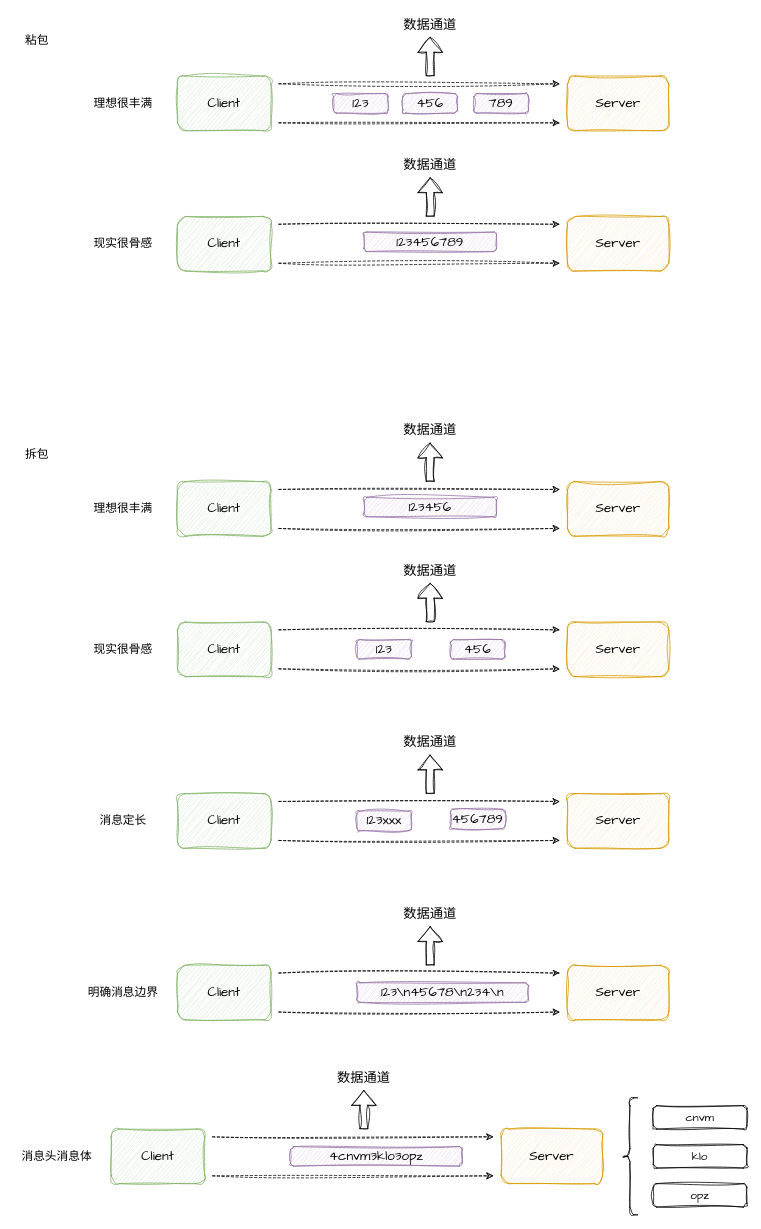
Earlier version of the draw.io diagram page "拆包、粘包" (3 of 3) of Drawio/Netty.drawio (xinzhuxiansheng/blog-notes). Source tidied: cells renumbered, new cells numbered last; positions are measured from the earlier drawing's top-left corner, leaving out a move shared by most shapes. Both pictures are drawn from the tidied source at 78%, with x=0, y=0 at pixel (13, 13).
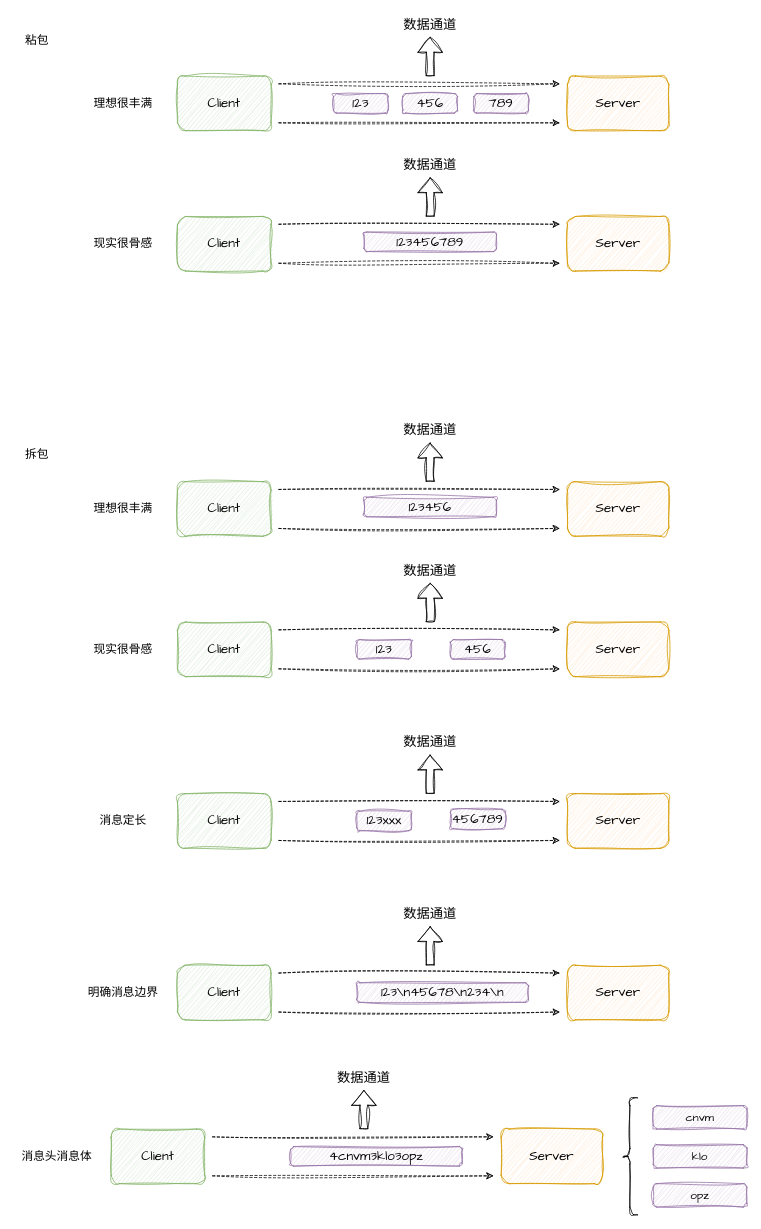
The same page after the edit.

What changed in the source:
```diff
@@
-    <mxCell id="64" value="cnvm" style="rounded=1;whiteSpace=wrap;html=1;shadow=0;sketch=1;hachureGap=4;jiggle=2;curveFitting=1;strokeColor=default;fontFamily=Comic Sans MS;fontSize=15;" parent="1" vertex="1">
+    <mxCell id="64" value="cnvm" style="rounded=1;whiteSpace=wrap;html=1;shadow=0;sketch=1;hachureGap=4;jiggle=2;curveFitting=1;strokeColor=#9673a6;fontFamily=Comic Sans MS;fontSize=15;fillColor=#e1d5e7;" parent="1" vertex="1">
       <mxGeometry x="820" y="1400" width="120" height="30" as="geometry" />
     </mxCell>
-    <mxCell id="65" value="klo" style="rounded=1;whiteSpace=wrap;html=1;shadow=0;sketch=1;hachureGap=4;jiggle=2;curveFitting=1;strokeColor=default;fontFamily=Comic Sans MS;fontSize=15;" parent="1" vertex="1">
+    <mxCell id="65" value="klo" style="rounded=1;whiteSpace=wrap;html=1;shadow=0;sketch=1;hachureGap=4;jiggle=2;curveFitting=1;strokeColor=#9673a6;fontFamily=Comic Sans MS;fontSize=15;fillColor=#e1d5e7;" parent="1" vertex="1">
       <mxGeometry x="820" y="1450" width="120" height="30" as="geometry" />
     </mxCell>
-    <mxCell id="66" value="opz" style="rounded=1;whiteSpace=wrap;html=1;shadow=0;sketch=1;hachureGap=4;jiggle=2;curveFitting=1;strokeColor=default;fontFamily=Comic Sans MS;fontSize=15;" parent="1" vertex="1">
+    <mxCell id="66" value="opz" style="rounded=1;whiteSpace=wrap;html=1;shadow=0;sketch=1;hachureGap=4;jiggle=2;curveFitting=1;strokeColor=#9673a6;fontFamily=Comic Sans MS;fontSize=15;fillColor=#e1d5e7;" parent="1" vertex="1">
       <mxGeometry x="820" y="1500" width="120" height="30" as="geometry" />
     </mxCell>
```
